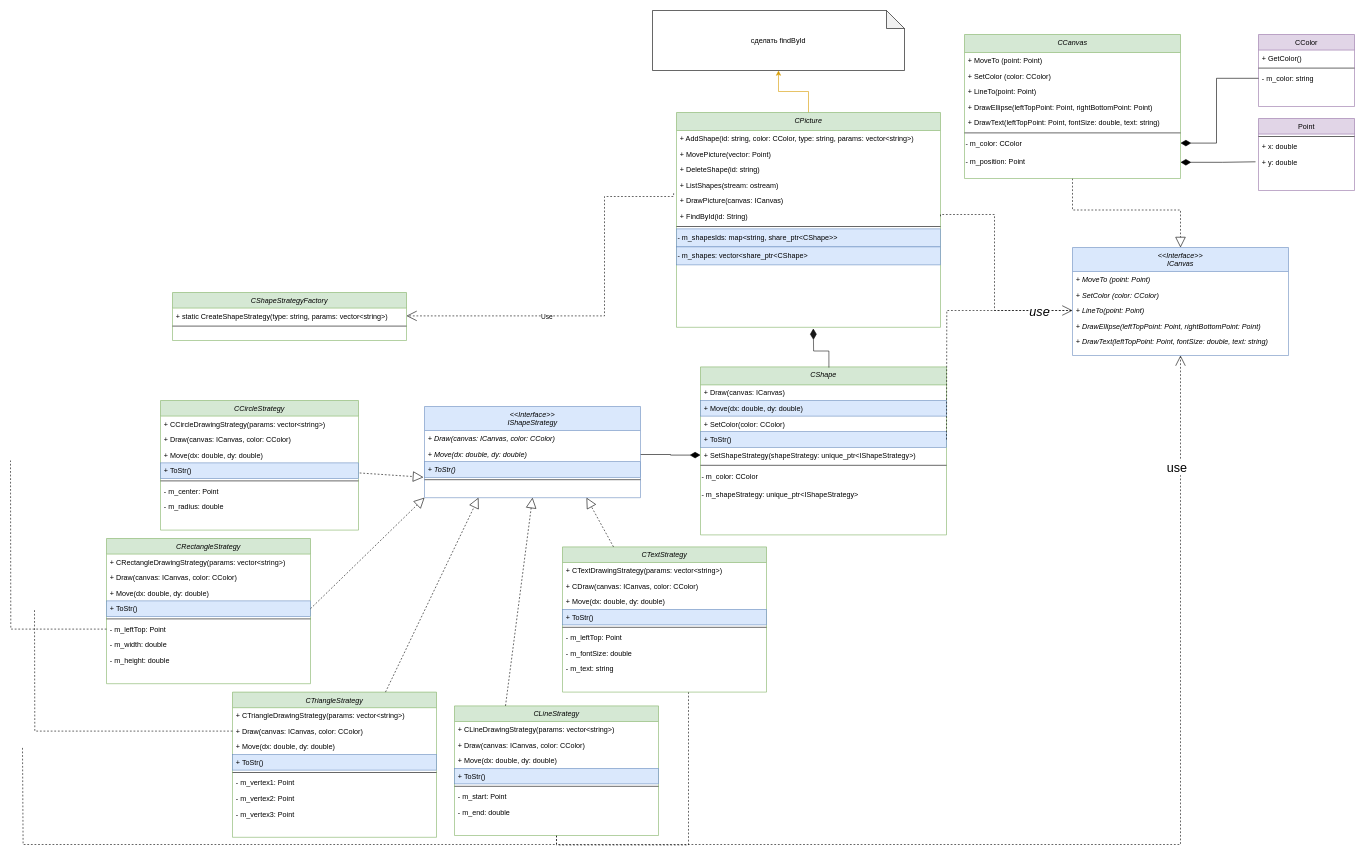
Earlier version of the draw.io diagram lab1/Shapes/classes.drawio (SafarovT/ood-labs). Source tidied: cells renumbered, new cells numbered last; positions are measured from the earlier drawing's top-left corner, leaving out a move shared by most shapes. Both pictures are drawn from the tidied source at 60%, with x=0, y=0 at pixel (10, 10).
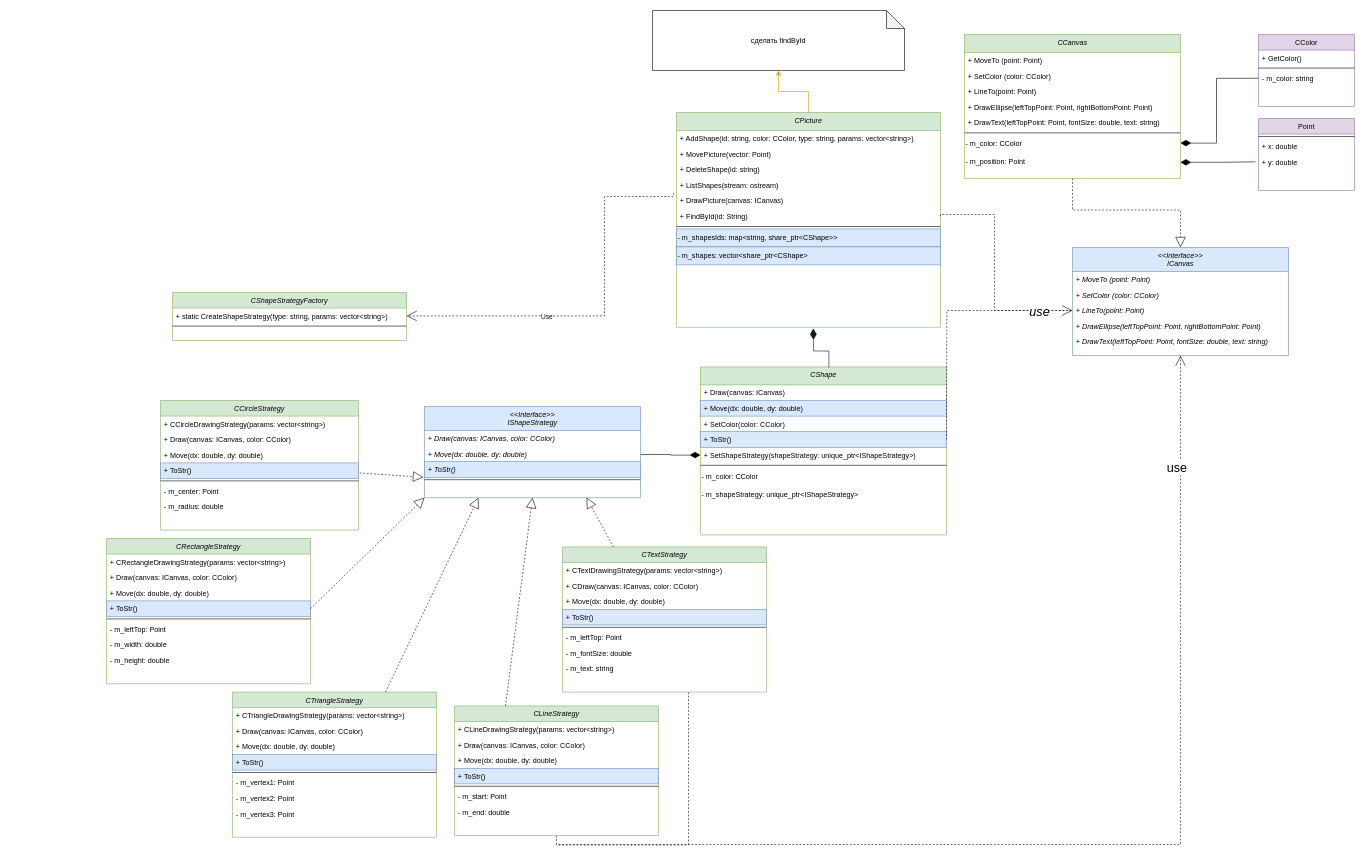
The same page after the edit.

Commit message (it also covers changes not shown here):
Убрал остатки

Unchanged cells that the change refers to:
```xml
<mxCell id="57" value="CRectangleStrategy" style="swimlane;fontStyle=2;align=center;verticalAlign=top;horizontal=1;startSize=26;rounded=0;shadow=0;strokeWidth=1;fillColor=#d5e8d4;strokeColor=#82b366;" parent="1" vertex="1">
  <mxGeometry x="160" y="880" width="340" height="242" as="geometry" />
</mxCell>
<mxCell id="64" value="- m_leftTop: Point" style="text;align=left;verticalAlign=top;spacingLeft=4;spacingRight=4;overflow=hidden;points=[[0,0.5],[1,0.5]];portConstraint=eastwest;" parent="57" vertex="1">
  <mxGeometry y="138" width="340" height="26" as="geometry" />
</mxCell>
<mxCell id="67" value="CTriangleStrategy" style="swimlane;fontStyle=2;align=center;verticalAlign=top;horizontal=1;startSize=26;rounded=0;shadow=0;strokeWidth=1;fillColor=#d5e8d4;strokeColor=#82b366;" parent="1" vertex="1">
  <mxGeometry x="370" y="1136" width="340" height="242" as="geometry" />
</mxCell>
<mxCell id="70" value="+ Draw(canvas: ICanvas, color: CColor) " style="text;align=left;verticalAlign=top;spacingLeft=4;spacingRight=4;overflow=hidden;points=[[0,0.5],[1,0.5]];portConstraint=eastwest;rounded=0;shadow=0;html=0;" parent="67" vertex="1">
  <mxGeometry y="52" width="340" height="26" as="geometry" />
</mxCell>
<mxCell id="88" value="CLineStrategy" style="swimlane;fontStyle=2;align=center;verticalAlign=top;horizontal=1;startSize=26;rounded=0;shadow=0;strokeWidth=1;fillColor=#d5e8d4;strokeColor=#82b366;" parent="1" vertex="1">
  <mxGeometry x="740" y="1159" width="340" height="216" as="geometry" />
</mxCell>
```

Diff of the diagram source:
```diff
@@
-    <mxCell id="63" style="edgeStyle=orthogonalEdgeStyle;rounded=0;jettySize=auto;html=1;dashed=1;endArrow=none;endFill=0;" parent="57" edge="1" source="64">
-      <mxGeometry relative="1" as="geometry">
-        <mxPoint x="-160" y="-130" as="targetPoint" />
-      </mxGeometry>
-    </mxCell>
@@
-    <mxCell id="69" style="edgeStyle=orthogonalEdgeStyle;shape=connector;rounded=0;jettySize=auto;html=1;dashed=1;labelBackgroundColor=default;strokeColor=default;fontFamily=Helvetica;fontSize=11;fontColor=default;endArrow=none;endFill=0;" parent="67" edge="1" source="70">
-      <mxGeometry relative="1" as="geometry">
-        <mxPoint x="-330" y="-139" as="targetPoint" />
-      </mxGeometry>
-    </mxCell>
@@
-    <mxCell id="85" style="edgeStyle=orthogonalEdgeStyle;shape=connector;rounded=0;jettySize=auto;html=1;exitX=0.5;exitY=1;exitDx=0;exitDy=0;dashed=1;labelBackgroundColor=default;strokeColor=default;fontFamily=Helvetica;fontSize=11;fontColor=default;endArrow=none;endFill=0;" parent="1" edge="1" source="88">
-      <mxGeometry relative="1" as="geometry">
-        <mxPoint x="20" y="1229" as="targetPoint" />
-        <Array as="points">
-          <mxPoint x="910" y="1390" />
-          <mxPoint x="21" y="1390" />
-        </Array>
-      </mxGeometry>
-    </mxCell>
```
